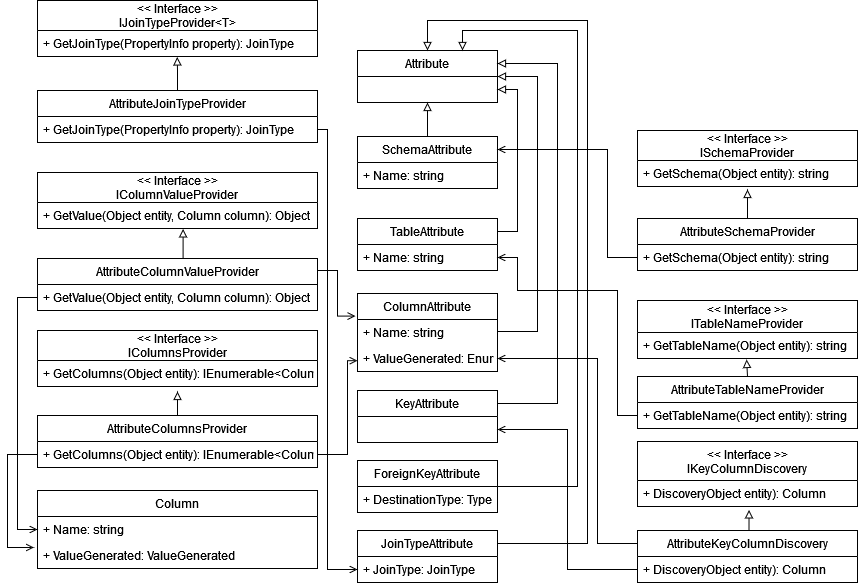
Before: Uml/class_configuration.png, a diagram exported from draw.io (entityMT/entityMT). Source tidied: cells renumbered, new cells last; positions are measured from the earlier drawing's top-left corner, leaving out a move shared by most shapes.
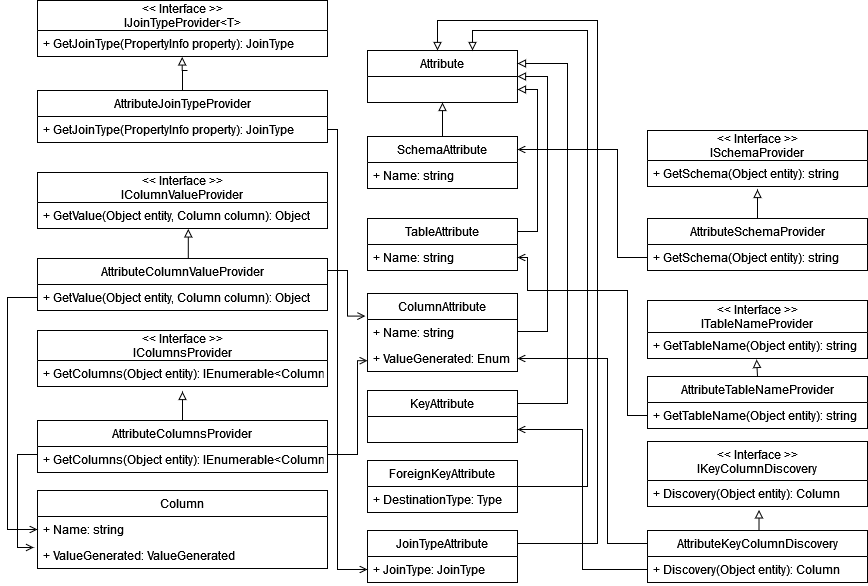
After the change.

Commit message:
Edit persistency assembly class diagram.

Diff of the diagram source:
```diff
@@ -15,10 +15,10 @@
       <mxGeometry y="32" width="220" height="26" as="geometry" />
     </mxCell>
     <mxCell id="6" value="&lt;&lt; Interface &gt;&gt;&#10;IColumnsProvider" style="swimlane;fontStyle=0;horizontal=1;startSize=30;fillColor=none;" parent="1" vertex="1">
-      <mxGeometry x="30" y="330" width="280" height="56" as="geometry" />
+      <mxGeometry x="20" y="330" width="290" height="56" as="geometry" />
     </mxCell>
     <mxCell id="7" value="+ GetColumns(Object entity): IEnumerable&lt;Column&gt;" style="text;strokeColor=none;fillColor=none;align=left;verticalAlign=top;spacingLeft=4;spacingRight=4;overflow=hidden;points=[[0,0.5],[1,0.5]];portConstraint=eastwest;" parent="6" vertex="1">
-      <mxGeometry y="30" width="280" height="26" as="geometry" />
+      <mxGeometry y="30" width="290" height="26" as="geometry" />
     </mxCell>
     <mxCell id="8" style="edgeStyle=orthogonalEdgeStyle;rounded=0;jettySize=auto;html=1;exitX=0.5;exitY=0;exitDx=0;exitDy=0;entryX=0.5;entryY=1.115;entryDx=0;entryDy=0;entryPerimeter=0;endArrow=block;endFill=0;" parent="1" edge="1" source="9" target="3">
       <mxGeometry relative="1" as="geometry" />
@@ -42,60 +42,59 @@
       <mxGeometry relative="1" as="geometry" />
     </mxCell>
     <mxCell id="15" value="AttributeColumnsProvider" style="swimlane;fontStyle=0;horizontal=1;startSize=26;fillColor=none;" parent="1" vertex="1">
-      <mxGeometry x="30" y="415" width="280" height="52" as="geometry" />
+      <mxGeometry x="20" y="420" width="290" height="52" as="geometry" />
     </mxCell>
     <mxCell id="16" value="+ GetColumns(Object entity): IEnumerable&lt;Column&gt;" style="text;strokeColor=none;fillColor=none;align=left;verticalAlign=top;spacingLeft=4;spacingRight=4;overflow=hidden;points=[[0,0.5],[1,0.5]];portConstraint=eastwest;" parent="15" vertex="1">
-      <mxGeometry y="26" width="280" height="26" as="geometry" />
+      <mxGeometry y="26" width="290" height="26" as="geometry" />
     </mxCell>
     <mxCell id="17" value="Column" style="swimlane;fontStyle=0;horizontal=1;startSize=26;fillColor=none;" parent="1" vertex="1">
-      <mxGeometry x="30" y="490" width="280" height="78" as="geometry" />
+      <mxGeometry x="20" y="490" width="290" height="78" as="geometry" />
     </mxCell>
     <mxCell id="18" value="+ Name: string" style="text;strokeColor=none;fillColor=none;align=left;verticalAlign=top;spacingLeft=4;spacingRight=4;overflow=hidden;points=[[0,0.5],[1,0.5]];portConstraint=eastwest;" parent="17" vertex="1">
-      <mxGeometry y="26" width="280" height="26" as="geometry" />
+      <mxGeometry y="26" width="290" height="26" as="geometry" />
     </mxCell>
     <mxCell id="19" value="+ ValueGenerated: ValueGenerated" style="text;strokeColor=none;fillColor=none;align=left;verticalAlign=top;spacingLeft=4;spacingRight=4;overflow=hidden;points=[[0,0.5],[1,0.5]];portConstraint=eastwest;" parent="17" vertex="1">
-      <mxGeometry y="52" width="280" height="26" as="geometry" />
+      <mxGeometry y="52" width="290" height="26" as="geometry" />
     </mxCell>
     <mxCell id="20" style="edgeStyle=orthogonalEdgeStyle;rounded=0;jettySize=auto;html=1;exitX=0.5;exitY=0;exitDx=0;exitDy=0;entryX=0.5;entryY=1;entryDx=0;entryDy=0;endArrow=block;endFill=0;" parent="1" edge="1" source="21" target="23">
       <mxGeometry relative="1" as="geometry" />
     </mxCell>
     <mxCell id="21" value="SchemaAttribute" style="swimlane;fontStyle=0;horizontal=1;startSize=26;fillColor=none;" parent="1" vertex="1">
-      <mxGeometry x="350" y="136" width="140" height="52" as="geometry" />
+      <mxGeometry x="350" y="136" width="150" height="52" as="geometry" />
     </mxCell>
     <mxCell id="22" value="+ Name: string" style="text;strokeColor=none;fillColor=none;align=left;verticalAlign=top;spacingLeft=4;spacingRight=4;overflow=hidden;" parent="21" vertex="1">
-      <mxGeometry y="26" width="140" height="26" as="geometry" />
+      <mxGeometry y="26" width="150" height="26" as="geometry" />
     </mxCell>
     <mxCell id="23" value="Attribute" style="swimlane;fontStyle=0;horizontal=1;startSize=26;fillColor=none;" parent="1" vertex="1">
-      <mxGeometry x="350" y="50" width="140" height="52" as="geometry" />
+      <mxGeometry x="350" y="50" width="150" height="52" as="geometry" />
     </mxCell>
     <mxCell id="24" style="edgeStyle=orthogonalEdgeStyle;rounded=0;jettySize=auto;html=1;exitX=1;exitY=0.25;exitDx=0;exitDy=0;entryX=1;entryY=0.75;entryDx=0;entryDy=0;endArrow=block;endFill=0;" parent="1" edge="1" source="25" target="23">
       <mxGeometry relative="1" as="geometry" />
     </mxCell>
     <mxCell id="25" value="TableAttribute" style="swimlane;fontStyle=0;horizontal=1;startSize=26;fillColor=none;" parent="1" vertex="1">
-      <mxGeometry x="350" y="218" width="140" height="52" as="geometry" />
+      <mxGeometry x="350" y="218" width="150" height="52" as="geometry" />
     </mxCell>
     <mxCell id="26" value="+ Name: string" style="text;strokeColor=none;fillColor=none;align=left;verticalAlign=top;spacingLeft=4;spacingRight=4;overflow=hidden;points=[[0,0.5],[1,0.5]];portConstraint=eastwest;" parent="25" vertex="1">
-      <mxGeometry y="26" width="140" height="26" as="geometry" />
+      <mxGeometry y="26" width="150" height="26" as="geometry" />
     </mxCell>
     <mxCell id="27" style="edgeStyle=orthogonalEdgeStyle;rounded=0;jettySize=auto;html=1;exitX=1;exitY=0.25;exitDx=0;exitDy=0;endArrow=block;endFill=0;" parent="1" edge="1" source="28">
       <mxGeometry relative="1" as="geometry">
-        <mxPoint x="490" y="76" as="targetPoint" />
+        <mxPoint x="500" y="76" as="targetPoint" />
         <Array as="points">
           <mxPoint x="500" y="331" />
           <mxPoint x="530" y="331" />
           <mxPoint x="530" y="76" />
-          <mxPoint x="490" y="76" />
         </Array>
       </mxGeometry>
     </mxCell>
     <mxCell id="28" value="ColumnAttribute" style="swimlane;fontStyle=0;horizontal=1;startSize=26;fillColor=none;" parent="1" vertex="1">
-      <mxGeometry x="350" y="293" width="140" height="78" as="geometry" />
+      <mxGeometry x="350" y="293" width="150" height="78" as="geometry" />
     </mxCell>
     <mxCell id="29" value="+ Name: string" style="text;strokeColor=none;fillColor=none;align=left;verticalAlign=top;spacingLeft=4;spacingRight=4;overflow=hidden;points=[[0,0.5],[1,0.5]];portConstraint=eastwest;" parent="28" vertex="1">
-      <mxGeometry y="26" width="140" height="26" as="geometry" />
+      <mxGeometry y="26" width="150" height="26" as="geometry" />
     </mxCell>
     <mxCell id="30" value="+ ValueGenerated: Enum" style="text;strokeColor=none;fillColor=none;align=left;verticalAlign=top;spacingLeft=4;spacingRight=4;overflow=hidden;points=[[0,0.5],[1,0.5]];portConstraint=eastwest;" parent="28" vertex="1">
-      <mxGeometry y="52" width="140" height="26" as="geometry" />
+      <mxGeometry y="52" width="150" height="26" as="geometry" />
     </mxCell>
     <mxCell id="31" style="edgeStyle=orthogonalEdgeStyle;rounded=0;jettySize=auto;html=1;exitX=1;exitY=0.25;exitDx=0;exitDy=0;entryX=1;entryY=0.25;entryDx=0;entryDy=0;endArrow=block;endFill=0;" parent="1" edge="1" source="32" target="23">
       <mxGeometry relative="1" as="geometry">
@@ -106,10 +105,11 @@
       </mxGeometry>
     </mxCell>
     <mxCell id="32" value="KeyAttribute" style="swimlane;fontStyle=0;horizontal=1;startSize=26;fillColor=none;" parent="1" vertex="1">
-      <mxGeometry x="350" y="390" width="140" height="52" as="geometry" />
+      <mxGeometry x="350" y="390" width="150" height="52" as="geometry" />
     </mxCell>
-    <mxCell id="33" style="edgeStyle=orthogonalEdgeStyle;rounded=0;jettySize=auto;html=1;exitX=1;exitY=0.5;exitDx=0;exitDy=0;entryX=0.75;entryY=0;entryDx=0;entryDy=0;endArrow=block;endFill=0;" parent="1" edge="1" source="34" target="23">
+    <mxCell id="33" style="edgeStyle=orthogonalEdgeStyle;rounded=0;jettySize=auto;html=1;exitX=1;exitY=0.5;exitDx=0;exitDy=0;endArrow=block;endFill=0;" parent="1" edge="1" source="34">
       <mxGeometry relative="1" as="geometry">
+        <mxPoint x="455" y="50" as="targetPoint" />
         <Array as="points">
           <mxPoint x="570" y="486" />
           <mxPoint x="570" y="30" />
@@ -118,25 +118,25 @@
       </mxGeometry>
     </mxCell>
     <mxCell id="34" value="ForeignKeyAttribute" style="swimlane;fontStyle=0;horizontal=1;startSize=26;fillColor=none;" parent="1" vertex="1">
-      <mxGeometry x="350" y="460" width="140" height="52" as="geometry" />
+      <mxGeometry x="350" y="460" width="150" height="52" as="geometry" />
     </mxCell>
     <mxCell id="35" value="+ DestinationType: Type" style="text;strokeColor=none;fillColor=none;align=left;verticalAlign=top;spacingLeft=4;spacingRight=4;overflow=hidden;" parent="34" vertex="1">
-      <mxGeometry y="26" width="140" height="26" as="geometry" />
+      <mxGeometry y="26" width="150" height="26" as="geometry" />
     </mxCell>
     <mxCell id="36" value="&lt;&lt; Interface &gt;&gt;&#10;IColumnValueProvider" style="swimlane;fontStyle=0;horizontal=1;startSize=30;fillColor=none;" parent="1" vertex="1">
-      <mxGeometry x="30" y="172" width="280" height="56" as="geometry" />
+      <mxGeometry x="20" y="172" width="290" height="56" as="geometry" />
     </mxCell>
     <mxCell id="37" value="+ GetValue(Object entity, Column column): Object" style="text;strokeColor=none;fillColor=none;align=left;verticalAlign=top;spacingLeft=4;spacingRight=4;overflow=hidden;points=[[0,0.5],[1,0.5]];portConstraint=eastwest;" parent="36" vertex="1">
-      <mxGeometry y="30" width="280" height="26" as="geometry" />
+      <mxGeometry y="30" width="290" height="26" as="geometry" />
     </mxCell>
     <mxCell id="38" style="edgeStyle=orthogonalEdgeStyle;rounded=0;jettySize=auto;html=1;exitX=0.5;exitY=0;exitDx=0;exitDy=0;entryX=0.52;entryY=1.016;entryDx=0;entryDy=0;entryPerimeter=0;endArrow=block;endFill=0;" parent="1" edge="1" source="39" target="37">
       <mxGeometry relative="1" as="geometry" />
     </mxCell>
     <mxCell id="39" value="AttributeColumnValueProvider" style="swimlane;fontStyle=0;horizontal=1;startSize=26;fillColor=none;" parent="1" vertex="1">
-      <mxGeometry x="30" y="258" width="280" height="52" as="geometry" />
+      <mxGeometry x="20" y="258" width="290" height="52" as="geometry" />
     </mxCell>
     <mxCell id="40" value="+ GetValue(Object entity, Column column): Object" style="text;strokeColor=none;fillColor=none;align=left;verticalAlign=top;spacingLeft=4;spacingRight=4;overflow=hidden;points=[[0,0.5],[1,0.5]];portConstraint=eastwest;" parent="39" vertex="1">
-      <mxGeometry y="26" width="280" height="26" as="geometry" />
+      <mxGeometry y="26" width="290" height="26" as="geometry" />
     </mxCell>
     <mxCell id="41" style="edgeStyle=orthogonalEdgeStyle;rounded=0;jettySize=auto;html=1;exitX=1;exitY=0.5;exitDx=0;exitDy=0;entryX=-0.014;entryY=-0.132;entryDx=0;entryDy=0;entryPerimeter=0;endArrow=open;endFill=0;" parent="1" edge="1" source="40" target="29">
       <mxGeometry relative="1" as="geometry">
@@ -150,7 +150,7 @@
     <mxCell id="42" value="&lt;&lt; Interface &gt;&gt;&#10;IKeyColumnDiscovery" style="swimlane;fontStyle=0;horizontal=1;startSize=39;fillColor=none;" parent="1" vertex="1">
       <mxGeometry x="630" y="441" width="220" height="65" as="geometry" />
     </mxCell>
-    <mxCell id="43" value="+ DiscoveryObject entity): Column" style="text;strokeColor=none;fillColor=none;align=left;verticalAlign=top;spacingLeft=4;spacingRight=4;overflow=hidden;points=[[0,0.5],[1,0.5]];portConstraint=eastwest;" parent="42" vertex="1">
+    <mxCell id="43" value="+ Discovery(Object entity): Column" style="text;strokeColor=none;fillColor=none;align=left;verticalAlign=top;spacingLeft=4;spacingRight=4;overflow=hidden;points=[[0,0.5],[1,0.5]];portConstraint=eastwest;" parent="42" vertex="1">
       <mxGeometry y="39" width="220" height="26" as="geometry" />
     </mxCell>
     <mxCell id="44" style="edgeStyle=orthogonalEdgeStyle;rounded=0;jettySize=auto;html=1;exitX=0.5;exitY=0;exitDx=0;exitDy=0;entryX=0.507;entryY=1.131;entryDx=0;entryDy=0;entryPerimeter=0;endArrow=block;endFill=0;" parent="1" edge="1" source="46" target="43">
@@ -167,7 +167,7 @@
     <mxCell id="46" value="AttributeKeyColumnDiscovery" style="swimlane;fontStyle=0;horizontal=1;startSize=26;fillColor=none;" parent="1" vertex="1">
       <mxGeometry x="630" y="530" width="220" height="52" as="geometry" />
     </mxCell>
-    <mxCell id="47" value="+ DiscoveryObject entity): Column" style="text;strokeColor=none;fillColor=none;align=left;verticalAlign=top;spacingLeft=4;spacingRight=4;overflow=hidden;points=[[0,0.5],[1,0.5]];portConstraint=eastwest;" parent="46" vertex="1">
+    <mxCell id="47" value="+ Discovery(Object entity): Column" style="text;strokeColor=none;fillColor=none;align=left;verticalAlign=top;spacingLeft=4;spacingRight=4;overflow=hidden;points=[[0,0.5],[1,0.5]];portConstraint=eastwest;" parent="46" vertex="1">
       <mxGeometry y="26" width="220" height="26" as="geometry" />
     </mxCell>
     <mxCell id="48" style="edgeStyle=orthogonalEdgeStyle;rounded=0;jettySize=auto;html=1;exitX=0;exitY=0.5;exitDx=0;exitDy=0;entryX=1;entryY=0.75;entryDx=0;entryDy=0;endArrow=open;endFill=0;" parent="1" edge="1" source="47" target="32">
@@ -190,13 +190,18 @@
       </mxGeometry>
     </mxCell>
     <mxCell id="51" style="edgeStyle=orthogonalEdgeStyle;rounded=0;jettySize=auto;html=1;exitX=0;exitY=0.5;exitDx=0;exitDy=0;entryX=0;entryY=0.5;entryDx=0;entryDy=0;endArrow=open;endFill=0;" parent="1" edge="1" source="40" target="18">
-      <mxGeometry relative="1" as="geometry" />
+      <mxGeometry relative="1" as="geometry">
+        <Array as="points">
+          <mxPoint x="-10" y="297" />
+          <mxPoint x="-10" y="529" />
+        </Array>
+      </mxGeometry>
     </mxCell>
     <mxCell id="52" value="&lt;&lt; Interface &gt;&gt;&#10;IJoinTypeProvider&lt;T&gt;" style="swimlane;fontStyle=0;horizontal=1;startSize=30;fillColor=none;" parent="1" vertex="1">
-      <mxGeometry x="30" width="280" height="56" as="geometry" />
+      <mxGeometry x="20" width="290" height="56" as="geometry" />
     </mxCell>
     <mxCell id="53" value="+ GetJoinType(PropertyInfo property): JoinType" style="text;strokeColor=none;fillColor=none;align=left;verticalAlign=top;spacingLeft=4;spacingRight=4;overflow=hidden;points=[[0,0.5],[1,0.5]];portConstraint=eastwest;" parent="52" vertex="1">
-      <mxGeometry y="30" width="280" height="26" as="geometry" />
+      <mxGeometry y="30" width="290" height="26" as="geometry" />
     </mxCell>
     <mxCell id="54" style="edgeStyle=orthogonalEdgeStyle;rounded=0;jettySize=auto;html=1;exitX=0.5;exitY=0;exitDx=0;exitDy=0;entryX=0.499;entryY=1.017;entryDx=0;entryDy=0;entryPerimeter=0;endArrow=block;endFill=0;" parent="1" edge="1" source="56" target="53">
       <mxGeometry relative="1" as="geometry">
@@ -215,25 +220,27 @@
       </mxGeometry>
     </mxCell>
     <mxCell id="56" value="AttributeJoinTypeProvider" style="swimlane;fontStyle=0;horizontal=1;startSize=26;fillColor=none;" parent="1" vertex="1">
-      <mxGeometry x="30" y="90" width="280" height="52" as="geometry" />
+      <mxGeometry x="20" y="90" width="290" height="52" as="geometry" />
     </mxCell>
     <mxCell id="57" value="+ GetJoinType(PropertyInfo property): JoinType" style="text;strokeColor=none;fillColor=none;align=left;verticalAlign=top;spacingLeft=4;spacingRight=4;overflow=hidden;" parent="56" vertex="1">
-      <mxGeometry y="26" width="280" height="26" as="geometry" />
+      <mxGeometry y="26" width="290" height="26" as="geometry" />
     </mxCell>
-    <mxCell id="58" style="edgeStyle=orthogonalEdgeStyle;rounded=0;jettySize=auto;html=1;exitX=1;exitY=0.25;exitDx=0;exitDy=0;entryX=0.5;entryY=0;entryDx=0;entryDy=0;endArrow=block;endFill=0;" parent="1" edge="1" source="59" target="23">
+    <mxCell id="58" style="edgeStyle=orthogonalEdgeStyle;rounded=0;jettySize=auto;html=1;exitX=1;exitY=0.25;exitDx=0;exitDy=0;endArrow=block;endFill=0;" parent="1" edge="1" source="59">
       <mxGeometry relative="1" as="geometry">
+        <mxPoint x="420" y="50" as="targetPoint" />
         <Array as="points">
           <mxPoint x="580" y="543" />
           <mxPoint x="580" y="20" />
           <mxPoint x="420" y="20" />
+          <mxPoint x="420" y="50" />
         </Array>
       </mxGeometry>
     </mxCell>
     <mxCell id="59" value="JoinTypeAttribute" style="swimlane;fontStyle=0;horizontal=1;startSize=26;fillColor=none;" parent="1" vertex="1">
-      <mxGeometry x="350" y="530" width="140" height="52" as="geometry" />
+      <mxGeometry x="350" y="530" width="150" height="52" as="geometry" />
     </mxCell>
     <mxCell id="60" value="+ JoinType: JoinType" style="text;strokeColor=none;fillColor=none;align=left;verticalAlign=top;spacingLeft=4;spacingRight=4;overflow=hidden;points=[[0,0.5],[1,0.5]];portConstraint=eastwest;" parent="59" vertex="1">
-      <mxGeometry y="26" width="140" height="26" as="geometry" />
+      <mxGeometry y="26" width="150" height="26" as="geometry" />
     </mxCell>
     <mxCell id="61" style="edgeStyle=orthogonalEdgeStyle;rounded=0;jettySize=auto;html=1;entryX=0;entryY=0.584;entryDx=0;entryDy=0;entryPerimeter=0;endArrow=open;endFill=0;" parent="1" edge="1" source="16" target="30">
       <mxGeometry relative="1" as="geometry">
```
